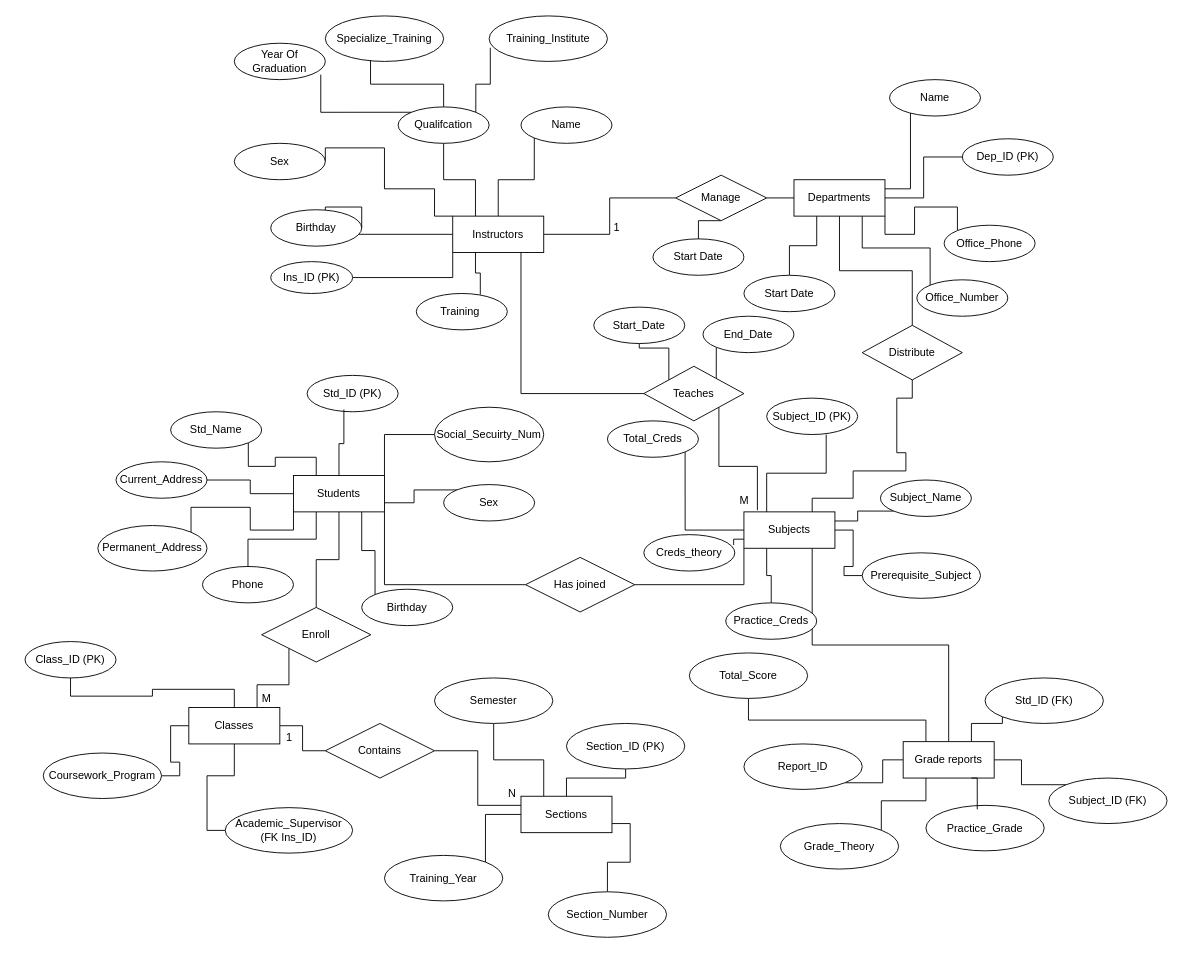
QuanTran05/ERD keeps this draw.io diagram as Lab3.drawio. Above is the earlier version. Source tidied: cells renumbered, new cells numbered last; positions are measured from the earlier drawing's top-left corner, leaving out a move shared by most shapes. Both pictures are drawn from the tidied source at 91%, with x=0, y=0 at pixel (25, 15).
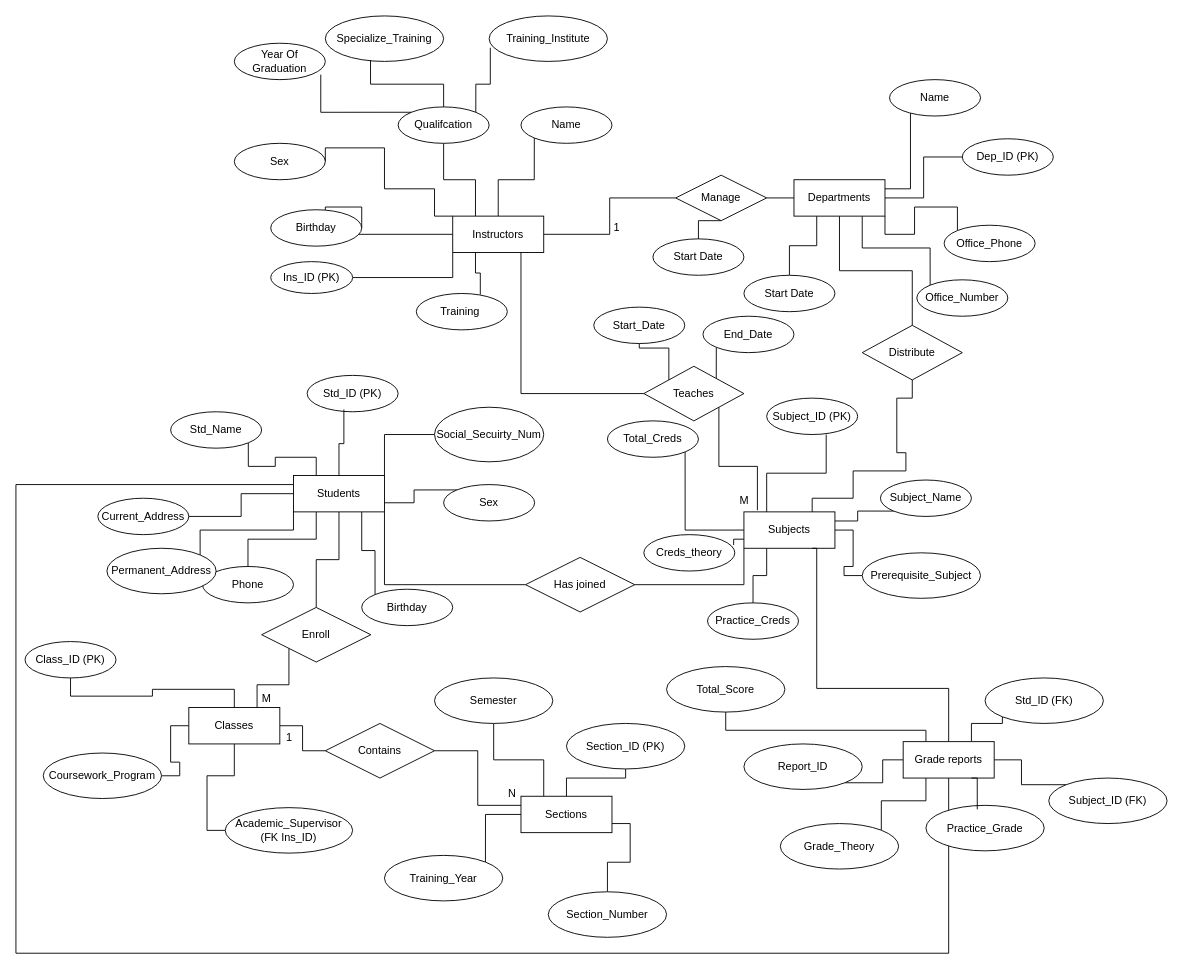
Above is the later version.

Unchanged cells that the change refers to:
```xml
<mxCell id="40" value="Students" style="whiteSpace=wrap;html=1;align=center;" parent="1" vertex="1">
  <mxGeometry x="295" y="505" width="100" height="40" as="geometry" />
</mxCell>
<mxCell id="46" value="Subjects" style="whiteSpace=wrap;html=1;align=center;" parent="1" vertex="1">
  <mxGeometry x="790" y="545" width="100" height="40" as="geometry" />
</mxCell>
<mxCell id="56" value="Grade reports" style="whiteSpace=wrap;html=1;align=center;" parent="1" vertex="1">
  <mxGeometry x="965" y="797.5" width="100" height="40" as="geometry" />
</mxCell>
```

Diff of the diagram source:
```diff
@@
     <mxCell id="30" value="Current_Address" style="ellipse;whiteSpace=wrap;html=1;align=center;" parent="1" vertex="1">
-      <mxGeometry x="100" y="490" width="100" height="40" as="geometry" />
+      <mxGeometry x="80" y="530" width="100" height="40" as="geometry" />
     </mxCell>
@@
+    <mxCell id="121" style="edgeStyle=orthogonalEdgeStyle;rounded=0;jettySize=auto;html=1;exitX=0;exitY=0.25;exitDx=0;exitDy=0;entryX=0.5;entryY=1;entryDx=0;entryDy=0;endArrow=none;startFill=0;" parent="1" edge="1" source="40" target="56">
+      <mxGeometry relative="1" as="geometry">
+        <Array as="points">
+          <mxPoint x="-10" y="515" />
+          <mxPoint x="-10" y="1030" />
+          <mxPoint x="1015" y="1030" />
+        </Array>
+      </mxGeometry>
+    </mxCell>
@@
-    <mxCell id="45" style="edgeStyle=orthogonalEdgeStyle;rounded=0;jettySize=auto;html=1;exitX=0.75;exitY=1;exitDx=0;exitDy=0;entryX=0.5;entryY=0;entryDx=0;entryDy=0;endArrow=none;startFill=0;" parent="1" edge="1" source="46" target="56">
-      <mxGeometry relative="1" as="geometry" />
-    </mxCell>
@@
     <mxCell id="52" style="edgeStyle=orthogonalEdgeStyle;rounded=0;jettySize=auto;html=1;exitX=0.25;exitY=0;exitDx=0;exitDy=0;entryX=0.5;entryY=1;entryDx=0;entryDy=0;endArrow=none;endFill=1;startFill=0;" parent="1" edge="1" source="56" target="86">
-      <mxGeometry relative="1" as="geometry" />
+      <mxGeometry relative="1" as="geometry">
+        <Array as="points">
+          <mxPoint x="990" y="785" />
+          <mxPoint x="770" y="785" />
+        </Array>
+      </mxGeometry>
     </mxCell>
@@
+    <mxCell id="122" style="edgeStyle=orthogonalEdgeStyle;rounded=0;jettySize=auto;html=1;exitX=0.5;exitY=0;exitDx=0;exitDy=0;entryX=0.75;entryY=1;entryDx=0;entryDy=0;endArrow=none;startFill=0;" parent="1" edge="1" source="56" target="46">
+      <mxGeometry relative="1" as="geometry">
+        <Array as="points">
+          <mxPoint x="1015" y="739" />
+          <mxPoint x="870" y="739" />
+          <mxPoint x="870" y="585" />
+        </Array>
+      </mxGeometry>
+    </mxCell>
@@
     <mxCell id="67" value="Permanent_Address" style="ellipse;whiteSpace=wrap;html=1;align=center;" parent="1" vertex="1">
-      <mxGeometry x="80" y="560" width="120" height="50" as="geometry" />
+      <mxGeometry x="90" y="585" width="120" height="50" as="geometry" />
     </mxCell>
@@
     <mxCell id="72" value="Practice_Creds" style="ellipse;whiteSpace=wrap;html=1;align=center;" parent="1" vertex="1">
-      <mxGeometry x="770" y="645" width="100" height="40" as="geometry" />
+      <mxGeometry x="750" y="645" width="100" height="40" as="geometry" />
     </mxCell>
@@
     <mxCell id="86" value="Total_Score" style="ellipse;whiteSpace=wrap;html=1;align=center;" parent="1" vertex="1">
-      <mxGeometry x="730" y="700" width="130" height="50" as="geometry" />
+      <mxGeometry x="705" y="715" width="130" height="50" as="geometry" />
     </mxCell>
```
